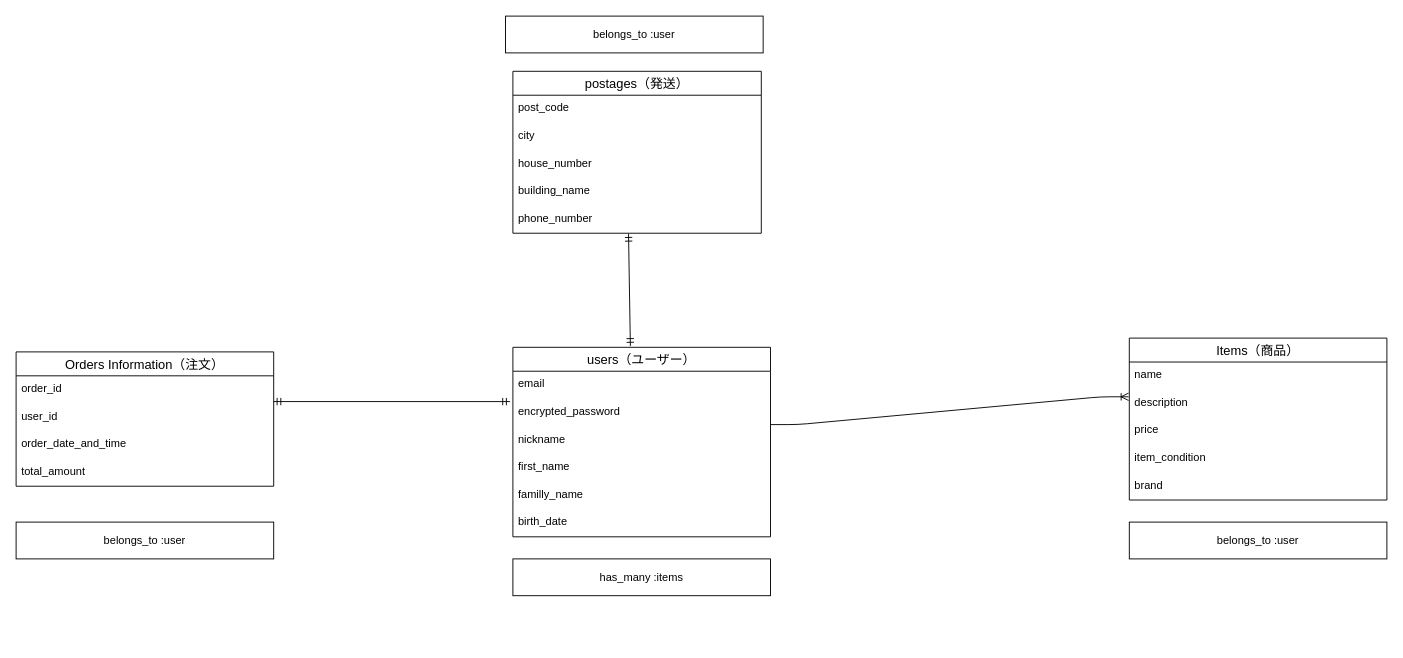
ippeiman/furima-39106 keeps this draw.io diagram as furima.dio. Above is the earlier version. Source tidied: cells renumbered, new cells numbered last; positions are measured from the earlier drawing's top-left corner, leaving out a move shared by most shapes. Both pictures are drawn from the tidied source at 92%, with x=0, y=0 at pixel (16, 16).
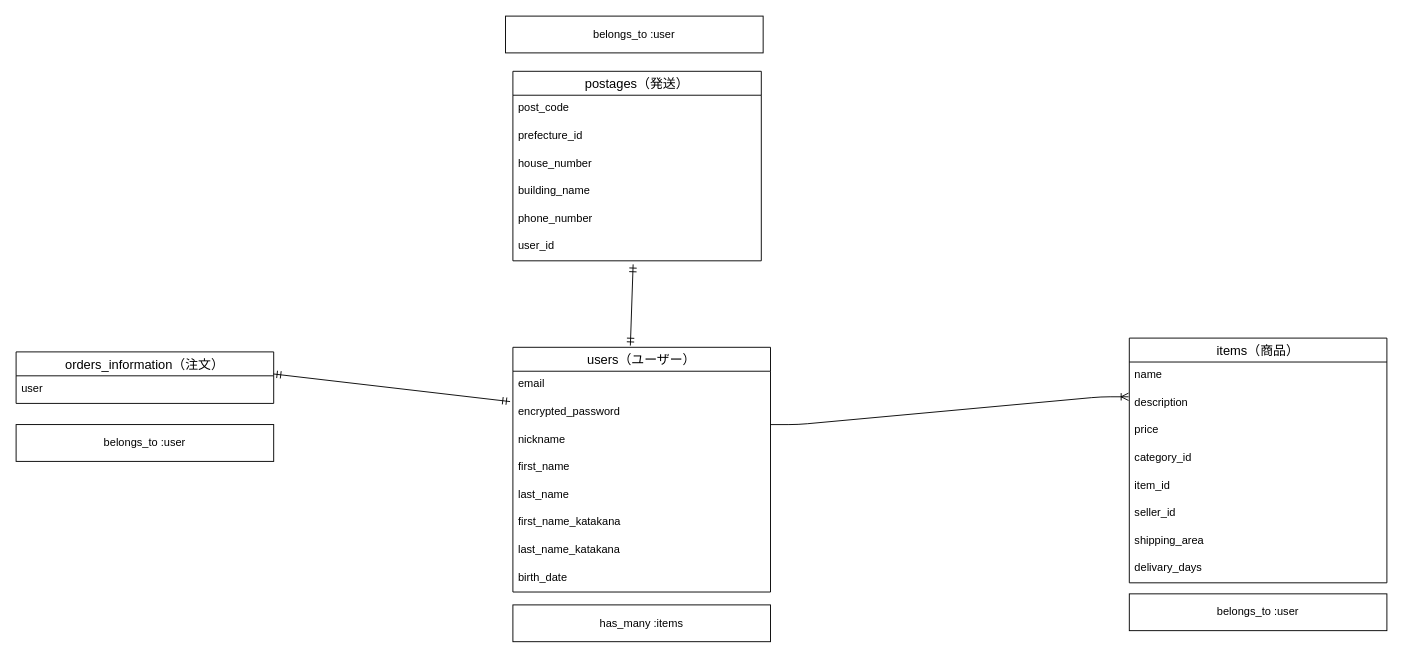
Above is the later version.

Commit message (it also covers changes not shown here):
データベース設計rev.2

The edit, as a diff of the source:
```diff
@@
     <mxCell id="3" value="users（ユーザー）" style="swimlane;fontStyle=0;horizontal=1;startSize=26;align=center;fontSize=14;" parent="1" vertex="1">
-      <mxGeometry x="540" y="360" width="280" height="206" as="geometry" />
+      <mxGeometry x="540" y="360" width="280" height="266" as="geometry" />
     </mxCell>
@@
-    <mxCell id="8" value="familly_name" style="text;strokeColor=none;fillColor=none;spacingLeft=4;spacingRight=4;overflow=hidden;fontSize=12;" parent="3" vertex="1">
+    <mxCell id="8" value="last_name" style="text;strokeColor=none;fillColor=none;spacingLeft=4;spacingRight=4;overflow=hidden;fontSize=12;" parent="3" vertex="1">
       <mxGeometry y="146" width="280" height="30" as="geometry" />
     </mxCell>
+    <mxCell id="34" value="first_name_katakana" style="text;strokeColor=none;fillColor=none;spacingLeft=4;spacingRight=4;overflow=hidden;fontSize=12;" parent="3" vertex="1">
+      <mxGeometry y="176" width="280" height="30" as="geometry" />
+    </mxCell>
+    <mxCell id="35" value="last_name_katakana" style="text;strokeColor=none;fillColor=none;spacingLeft=4;spacingRight=4;overflow=hidden;fontSize=12;" parent="3" vertex="1">
+      <mxGeometry y="206" width="280" height="30" as="geometry" />
+    </mxCell>
     <mxCell id="9" value="birth_date" style="text;strokeColor=none;fillColor=none;spacingLeft=4;spacingRight=4;overflow=hidden;fontSize=12;" parent="3" vertex="1">
-      <mxGeometry y="176" width="280" height="30" as="geometry" />
+      <mxGeometry y="236" width="280" height="30" as="geometry" />
     </mxCell>
-    <mxCell id="10" value="Items（商品）" style="swimlane;fontStyle=0;horizontal=1;startSize=26;align=center;fontSize=14;" parent="1" vertex="1">
-      <mxGeometry x="1210" y="350" width="280" height="176" as="geometry" />
+    <mxCell id="10" value="items（商品）" style="swimlane;fontStyle=0;horizontal=1;startSize=26;align=center;fontSize=14;" parent="1" vertex="1">
+      <mxGeometry x="1210" y="350" width="280" height="266" as="geometry" />
     </mxCell>
@@
-    <mxCell id="14" value="item_condition" style="text;strokeColor=none;fillColor=none;spacingLeft=4;spacingRight=4;overflow=hidden;fontSize=12;" parent="10" vertex="1">
+    <mxCell id="14" value="category_id" style="text;strokeColor=none;fillColor=none;spacingLeft=4;spacingRight=4;overflow=hidden;fontSize=12;" parent="10" vertex="1">
       <mxGeometry y="116" width="280" height="30" as="geometry" />
     </mxCell>
-    <mxCell id="15" value="brand" style="text;strokeColor=none;fillColor=none;spacingLeft=4;spacingRight=4;overflow=hidden;fontSize=12;" parent="10" vertex="1">
-      <mxGeometry y="146" width="280" height="30" as="geometry" />
-    </mxCell>
+    <mxCell id="36" value="item_id" style="text;strokeColor=none;fillColor=none;spacingLeft=4;spacingRight=4;overflow=hidden;fontSize=12;" parent="10" vertex="1">
+      <mxGeometry y="146" width="280" height="30" as="geometry" />
+    </mxCell>
+    <mxCell id="37" value="seller_id" style="text;strokeColor=none;fillColor=none;spacingLeft=4;spacingRight=4;overflow=hidden;fontSize=12;" parent="10" vertex="1">
+      <mxGeometry y="176" width="280" height="30" as="geometry" />
+    </mxCell>
+    <mxCell id="38" value="shipping_area" style="text;strokeColor=none;fillColor=none;spacingLeft=4;spacingRight=4;overflow=hidden;fontSize=12;" parent="10" vertex="1">
+      <mxGeometry y="206" width="280" height="30" as="geometry" />
+    </mxCell>
+    <mxCell id="39" value="delivary_days" style="text;strokeColor=none;fillColor=none;spacingLeft=4;spacingRight=4;overflow=hidden;fontSize=12;" parent="10" vertex="1">
+      <mxGeometry y="236" width="280" height="30" as="geometry" />
+    </mxCell>
-    <mxCell id="16" value="Orders Information（注文）" style="swimlane;fontStyle=0;horizontal=1;startSize=26;align=center;fontSize=14;" parent="1" vertex="1">
-      <mxGeometry y="365" width="280" height="146" as="geometry" />
+    <mxCell id="16" value="orders_information（注文）" style="swimlane;fontStyle=0;horizontal=1;startSize=26;align=center;fontSize=14;" parent="1" vertex="1">
+      <mxGeometry y="365" width="280" height="56" as="geometry" />
     </mxCell>
-    <mxCell id="17" value="order_id" style="text;strokeColor=none;fillColor=none;spacingLeft=4;spacingRight=4;overflow=hidden;fontSize=12;" parent="16" vertex="1">
-      <mxGeometry y="26" width="280" height="30" as="geometry" />
-    </mxCell>
-    <mxCell id="18" value="user_id" style="text;strokeColor=none;fillColor=none;spacingLeft=4;spacingRight=4;overflow=hidden;points=[[0,0.5],[1,0.5]];portConstraint=eastwest;fontSize=12;" parent="16" vertex="1">
-      <mxGeometry y="56" width="280" height="30" as="geometry" />
+    <mxCell id="18" value="user" style="text;strokeColor=none;fillColor=none;spacingLeft=4;spacingRight=4;overflow=hidden;points=[[0,0.5],[1,0.5]];portConstraint=eastwest;fontSize=12;" parent="16" vertex="1">
+      <mxGeometry y="26" width="280" height="30" as="geometry" />
     </mxCell>
-    <mxCell id="19" value="order_date_and_time" style="text;strokeColor=none;fillColor=none;spacingLeft=4;spacingRight=4;overflow=hidden;fontSize=12;" parent="16" vertex="1">
-      <mxGeometry y="86" width="280" height="30" as="geometry" />
-    </mxCell>
-    <mxCell id="20" value="total_amount" style="text;strokeColor=none;fillColor=none;spacingLeft=4;spacingRight=4;overflow=hidden;fontSize=12;" parent="16" vertex="1">
-      <mxGeometry y="116" width="280" height="30" as="geometry" />
-    </mxCell>
@@
     <mxCell id="23" value="belongs_to :user" style="whiteSpace=wrap;html=1;align=center;" parent="1" vertex="1">
-      <mxGeometry x="1210" y="550" width="280" height="40" as="geometry" />
+      <mxGeometry x="1210" y="628" width="280" height="40" as="geometry" />
     </mxCell>
     <mxCell id="24" value="belongs_to :user" style="whiteSpace=wrap;html=1;align=center;" parent="1" vertex="1">
-      <mxGeometry y="550" width="280" height="40" as="geometry" />
+      <mxGeometry y="444" width="280" height="40" as="geometry" />
     </mxCell>
     <mxCell id="25" value="postages（発送）" style="swimlane;fontStyle=0;horizontal=1;startSize=26;align=center;fontSize=14;" parent="1" vertex="1">
-      <mxGeometry x="540" y="60" width="270" height="176" as="geometry" />
+      <mxGeometry x="540" y="60" width="270" height="206" as="geometry" />
     </mxCell>
@@
-    <mxCell id="27" value="city" style="text;strokeColor=none;fillColor=none;spacingLeft=4;spacingRight=4;overflow=hidden;fontSize=12;" parent="25" vertex="1">
+    <mxCell id="27" value="prefecture_id" style="text;strokeColor=none;fillColor=none;spacingLeft=4;spacingRight=4;overflow=hidden;fontSize=12;" parent="25" vertex="1">
       <mxGeometry y="56" width="270" height="30" as="geometry" />
     </mxCell>
@@
+    <mxCell id="40" value="user_id" style="text;strokeColor=none;fillColor=none;spacingLeft=4;spacingRight=4;overflow=hidden;points=[[0,0.5],[1,0.5]];portConstraint=eastwest;fontSize=12;" parent="25" vertex="1">
+      <mxGeometry y="176" width="270" height="30" as="geometry" />
+    </mxCell>
@@
-    <mxCell id="32" style="fontSize=12;html=1;endArrow=ERmandOne;startArrow=ERmandOne;entryX=0.436;entryY=1.021;entryDx=0;entryDy=0;entryPerimeter=0;exitX=0.456;exitY=-0.007;exitDx=0;exitDy=0;exitPerimeter=0;" parent="1" edge="1" source="3">
-      <mxGeometry relative="1" as="geometry">
-        <mxPoint x="665.7" y="236.6" as="targetPoint" />
-      </mxGeometry>
+    <mxCell id="32" style="fontSize=12;html=1;endArrow=ERmandOne;startArrow=ERmandOne;entryX=0.484;entryY=1.129;entryDx=0;entryDy=0;entryPerimeter=0;exitX=0.456;exitY=-0.007;exitDx=0;exitDy=0;exitPerimeter=0;" parent="1" edge="1" source="3" target="40">
+      <mxGeometry relative="1" as="geometry" />
     </mxCell>
     <mxCell id="33" value="has_many :items" style="whiteSpace=wrap;html=1;align=center;" parent="1" vertex="1">
-      <mxGeometry x="540" y="590" width="280" height="40" as="geometry" />
+      <mxGeometry x="540" y="640" width="280" height="40" as="geometry" />
     </mxCell>
```
